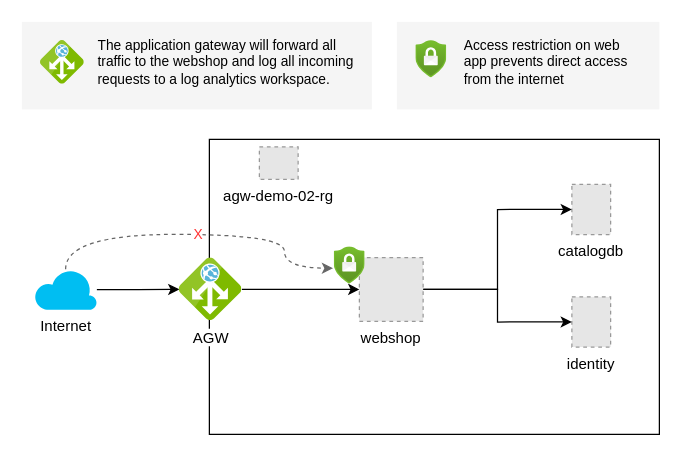
Above: page "Page-1" (1 of 2) of scenario-02/scenario-02.drawio in bbtsoftware/agw-demo (draw.io), before the change. Source tidied: cells renumbered, new cells numbered last; positions are measured from the earlier drawing's top-left corner, leaving out a move shared by most shapes. Both pictures are drawn from the tidied source at 125%, with x=0, y=0 at pixel (21, 21). Pictures stored in the file or linked from it are replaced by grey dashed boxes.
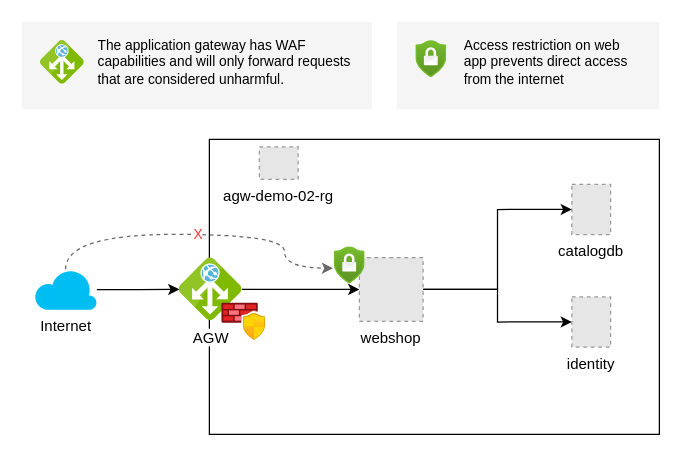
The same diagram, later.

Change to the diagram source:
```diff
@@
-    <mxCell id="20" value="&lt;br&gt;The application gateway will forward all traffic to the webshop and log all incoming requests to a log analytics workspace." style="text;html=1;strokeColor=none;fillColor=none;spacing=5;spacingTop=-20;whiteSpace=wrap;overflow=hidden;rounded=0;fontColor=#000000;fontSize=11;" parent="1" vertex="1">
+    <mxCell id="20" value="&lt;br&gt;The application gateway has WAF capabilities and will only forward requests that are considered unharmful." style="text;html=1;strokeColor=none;fillColor=none;spacing=5;spacingTop=-20;whiteSpace=wrap;overflow=hidden;rounded=0;fontColor=#000000;fontSize=11;" parent="1" vertex="1">
       <mxGeometry x="56.4" y="10" width="218.3" height="50" as="geometry" />
     </mxCell>
+    <mxCell id="21" style="html=1;align=center;image;fontSize=12;image=img/lib/azure2/networking/Azure_Firewall_Manager.svg;" parent="1" vertex="1">
+      <mxGeometry x="160" y="225" width="35" height="30" as="geometry" />
+    </mxCell>
```
